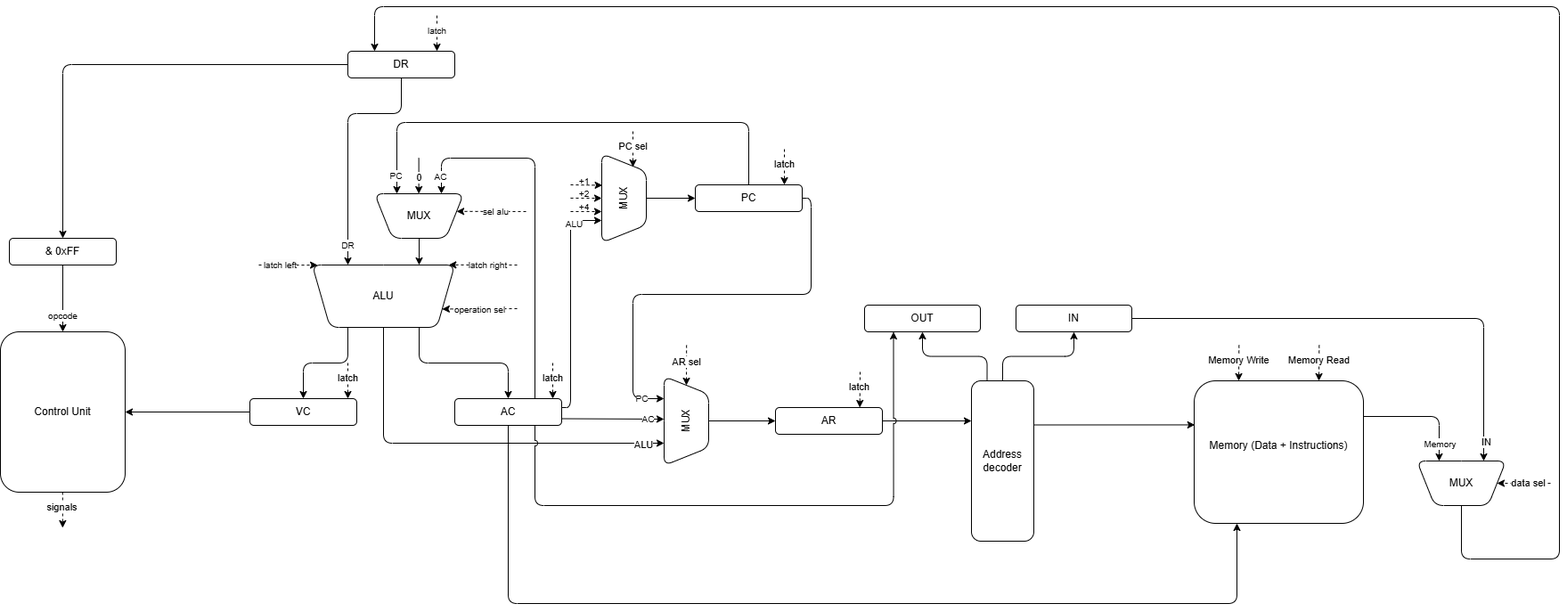
The draw.io diagram scheme/scheme_lab3.png in KatyaGalak/csa_lab3, before a commit. Source tidied: cells renumbered, new cells last; positions are measured from the earlier drawing's top-left corner, leaving out a move shared by most shapes.
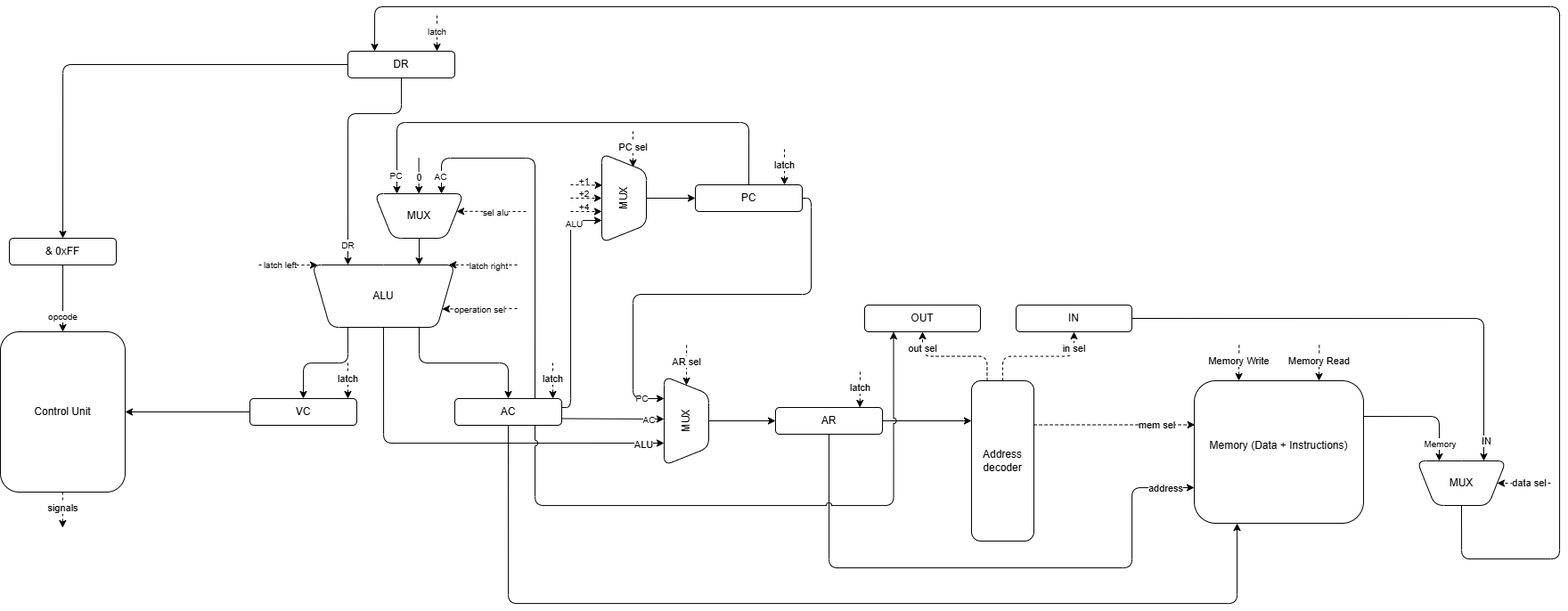
Later version of the same file.

The edit, as a diff of the source:
```diff
@@ -64,6 +64,18 @@
     <mxCell id="17" style="edgeStyle=orthogonalEdgeStyle;html=1;exitX=1;exitY=0.5;exitDx=0;exitDy=0;entryX=0;entryY=0.25;entryDx=0;entryDy=0;" parent="1" edge="1" source="18" target="27">
       <mxGeometry relative="1" as="geometry" />
     </mxCell>
+    <mxCell id="89" style="edgeStyle=orthogonalEdgeStyle;html=1;exitX=0.5;exitY=1;exitDx=0;exitDy=0;entryX=0;entryY=0.75;entryDx=0;entryDy=0;" parent="1" edge="1" source="18" target="4">
+      <mxGeometry relative="1" as="geometry">
+        <Array as="points">
+          <mxPoint x="930" y="630" />
+          <mxPoint x="1270" y="630" />
+          <mxPoint x="1270" y="540" />
+        </Array>
+      </mxGeometry>
+    </mxCell>
+    <mxCell id="90" value="address" style="edgeLabel;html=1;align=center;verticalAlign=middle;" parent="89" vertex="1">
+      <mxGeometry x="0.9" relative="1" as="geometry" />
+    </mxCell>
     <mxCell id="18" value="&lt;div&gt;AR&lt;/div&gt;" style="rounded=1;whiteSpace=wrap;html=1;" parent="1" vertex="1">
       <mxGeometry x="870" y="450" width="120" height="30" as="geometry" />
     </mxCell>
@@ -87,15 +99,24 @@
     <mxCell id="23" value="&lt;div&gt;Control Unit&lt;/div&gt;" style="rounded=1;whiteSpace=wrap;html=1;" parent="1" vertex="1">
       <mxGeometry y="365" width="140" height="180" as="geometry" />
     </mxCell>
-    <mxCell id="24" style="edgeStyle=none;html=1;exitX=1.001;exitY=0.275;exitDx=0;exitDy=0;entryX=0.004;entryY=0.309;entryDx=0;entryDy=0;exitPerimeter=0;entryPerimeter=0;" parent="1" edge="1" source="27" target="4">
+    <mxCell id="24" style="edgeStyle=none;html=1;exitX=1.001;exitY=0.275;exitDx=0;exitDy=0;entryX=0.004;entryY=0.309;entryDx=0;entryDy=0;exitPerimeter=0;entryPerimeter=0;dashed=1;" parent="1" edge="1" source="27" target="4">
       <mxGeometry relative="1" as="geometry" />
     </mxCell>
+    <mxCell id="91" value="mem sel" style="edgeLabel;html=1;align=center;verticalAlign=middle;" parent="24" vertex="1">
+      <mxGeometry x="0.52" relative="1" as="geometry" />
+    </mxCell>
-    <mxCell id="25" style="edgeStyle=orthogonalEdgeStyle;html=1;exitX=0.5;exitY=0;exitDx=0;exitDy=0;entryX=0.5;entryY=1;entryDx=0;entryDy=0;" parent="1" edge="1" source="27" target="30">
+    <mxCell id="25" style="edgeStyle=orthogonalEdgeStyle;html=1;exitX=0.5;exitY=0;exitDx=0;exitDy=0;entryX=0.5;entryY=1;entryDx=0;entryDy=0;dashed=1;" parent="1" edge="1" source="27" target="30">
       <mxGeometry relative="1" as="geometry" />
     </mxCell>
+    <mxCell id="92" value="in sel" style="edgeLabel;html=1;align=center;verticalAlign=middle;" parent="25" vertex="1">
+      <mxGeometry x="0.74" y="1" relative="1" as="geometry" />
+    </mxCell>
-    <mxCell id="26" style="edgeStyle=orthogonalEdgeStyle;html=1;exitX=0.25;exitY=0;exitDx=0;exitDy=0;entryX=0.5;entryY=1;entryDx=0;entryDy=0;" parent="1" edge="1" source="27" target="31">
+    <mxCell id="26" style="edgeStyle=orthogonalEdgeStyle;html=1;exitX=0.25;exitY=0;exitDx=0;exitDy=0;entryX=0.5;entryY=1;entryDx=0;entryDy=0;dashed=1;" parent="1" edge="1" source="27" target="31">
       <mxGeometry relative="1" as="geometry" />
     </mxCell>
+    <mxCell id="93" value="out sel" style="edgeLabel;html=1;align=center;verticalAlign=middle;" parent="26" vertex="1">
+      <mxGeometry x="0.72" y="1" relative="1" as="geometry" />
+    </mxCell>
     <mxCell id="27" value="&lt;div&gt;Address decoder&lt;/div&gt;" style="rounded=1;whiteSpace=wrap;html=1;" parent="1" vertex="1">
       <mxGeometry x="1090" y="420" width="70" height="180" as="geometry" />
     </mxCell>
```
